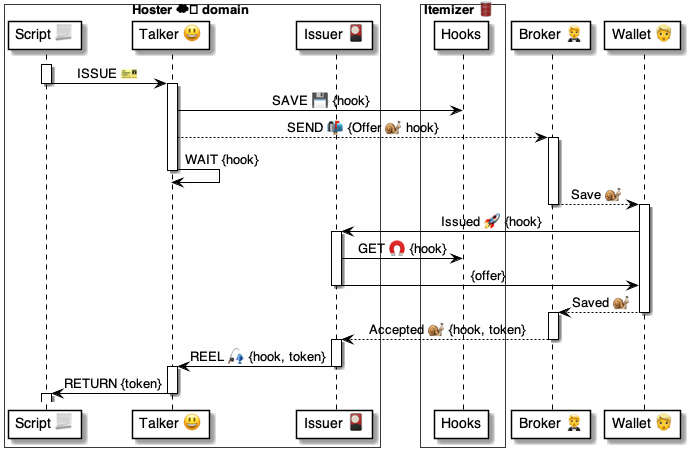
This is 4 ⚙️ Solution/35 💬 Chats/Scripts 📃/📃 methods 🤵/ISSUE 🎫/🎫 ISSUE ⚙️ uml.png from pollyweb-org/pollyweb-docs, a PlantUML export, as it was before one commit. Its source is kept beside it as 4 ⚙️ Solution/35 💬 Chats/Scripts 📃/📃 methods 🤵/ISSUE 🎫/🎫 ISSUE ⚙️ uml.puml. The source it was exported from:
```plantuml
@startuml ISSUE




box Hoster ☁️ domain #FFFFFA
    participant "Script 📃" as script
    participant "Talker 😃" as talker
    participant "Issuer 🎴" as issuer
end box

box Itemizer 🛢  #FFFFFA
    participant "Hooks" as hooks
end box

participant "Broker 🤵" as broker
participant "Wallet 👱" as wallet

activate script
    script -> talker: ISSUE 🎫
deactivate script

activate talker
    talker -> hooks: SAVE 💾 {hook}
    talker --> broker: SEND 📬 {Offer 🐌 hook}
activate broker
    talker -> talker: WAIT {hook}
deactivate talker

    broker --> wallet: Save 🐌
deactivate broker

activate wallet
    wallet -> issuer: Issued 🚀 {hook}

    activate issuer
        issuer -> hooks: GET 🧲 {hook}
        issuer -> wallet: {offer}
    deactivate issuer

    wallet --> broker: Saved 🐌
deactivate wallet

activate broker
    broker --> issuer: Accepted 🐌 {hook, token}
deactivate broker

activate issuer
    issuer -> talker: REEL 🎣 {hook, token}
deactivate issuer

activate talker
    talker -> script: RETURN {token}
deactivate talker

activate script
deactivate script

@enduml
```
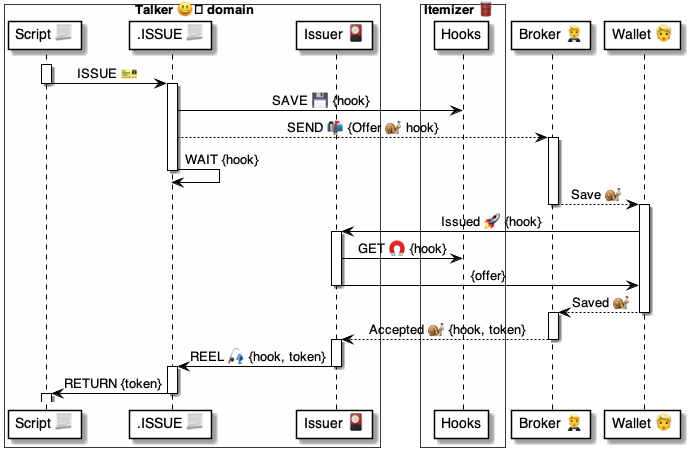
The same file after the commit.

Change to the diagram source:
```diff
@@ -1,11 +1,9 @@
 @startuml ISSUE
 
 
-
-
-box Hoster ☁️ domain #FFFFFA
+box Talker 😃️ domain #FFFFFA
     participant "Script 📃" as script
-    participant "Talker 😃" as talker
+    participant ".ISSUE 📃" as talker
     participant "Issuer 🎴" as issuer
 end box
 
```
